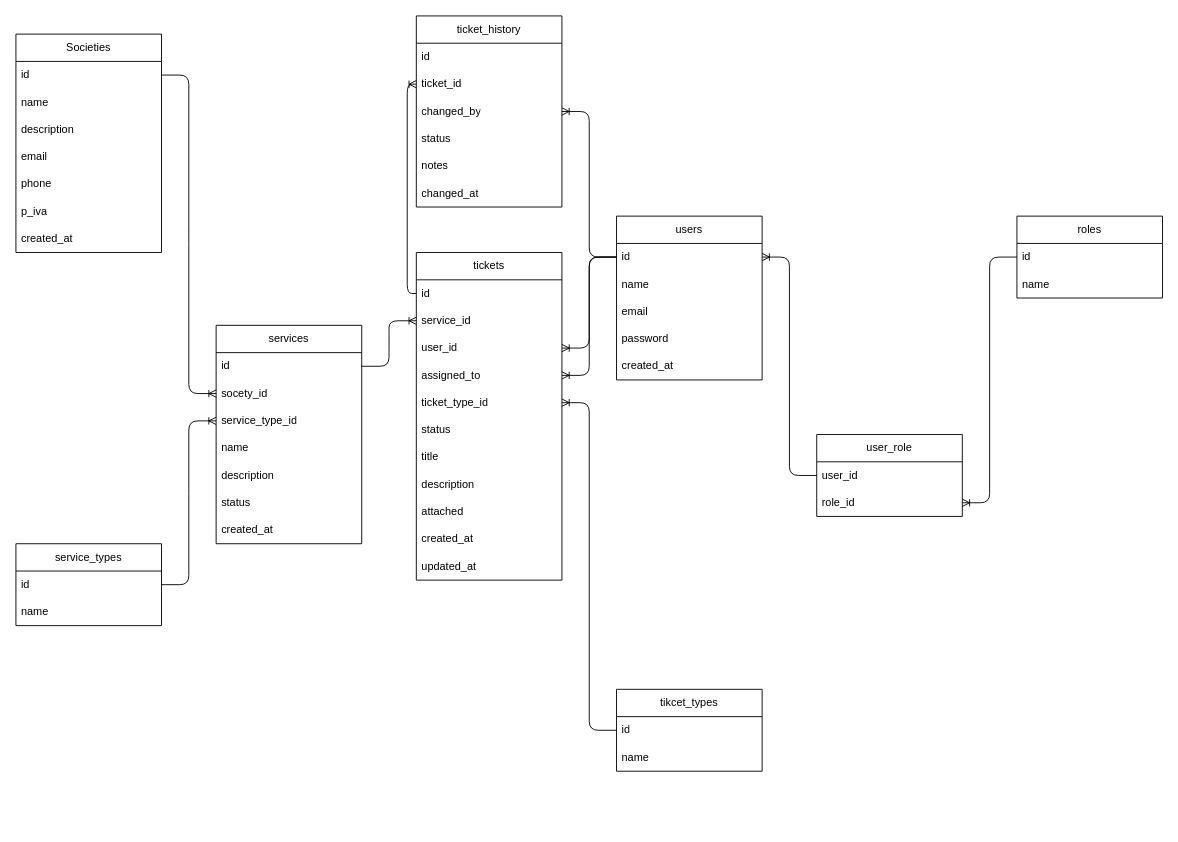
Earlier version of the draw.io diagram src/main/java/org/finalproject/java/fp_spring/Data/er.drawio (leonardopalluzzi/fp_spring). Source tidied: cells renumbered, new cells numbered last; positions are measured from the earlier drawing's top-left corner, leaving out a move shared by most shapes. Both pictures are drawn from the tidied source at 91%, with x=0, y=0 at pixel (15, 15).
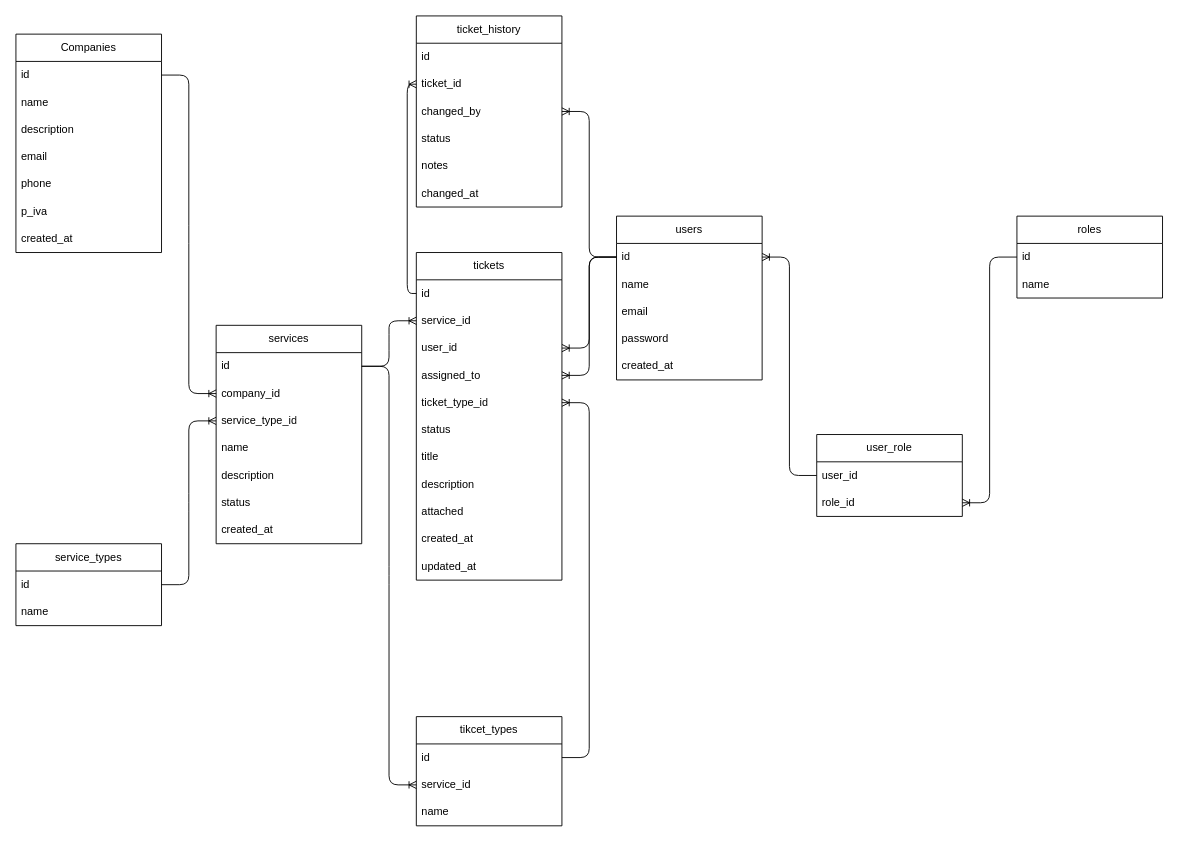
The same diagram, later.

Unchanged cells that the change refers to:
```xml
<mxCell id="19" value="services" style="swimlane;fontStyle=0;horizontal=1;startSize=30;whiteSpace=wrap;html=1;" parent="1" vertex="1">
  <mxGeometry x="220" y="340" width="160" height="240" as="geometry" />
</mxCell>
<mxCell id="20" value="id" style="text;strokeColor=none;fillColor=none;align=left;verticalAlign=middle;spacingLeft=4;spacingRight=4;overflow=hidden;points=[[0,0.5],[1,0.5]];portConstraint=eastwest;whiteSpace=wrap;html=1;" parent="19" vertex="1">
  <mxGeometry y="30" width="160" height="30" as="geometry" />
</mxCell>
<mxCell id="32" value="ticket_type_id" style="text;strokeColor=none;fillColor=none;align=left;verticalAlign=middle;spacingLeft=4;spacingRight=4;overflow=hidden;points=[[0,0.5],[1,0.5]];portConstraint=eastwest;whiteSpace=wrap;html=1;" parent="27" vertex="1">
  <mxGeometry y="150" width="160" height="30" as="geometry" />
</mxCell>
<mxCell id="40" value="id" style="text;strokeColor=none;fillColor=none;align=left;verticalAlign=middle;spacingLeft=4;spacingRight=4;overflow=hidden;points=[[0,0.5],[1,0.5]];portConstraint=eastwest;whiteSpace=wrap;html=1;" parent="39" vertex="1">
  <mxGeometry y="30" width="160" height="30" as="geometry" />
</mxCell>
```

Diff of the diagram source:
```diff
@@
-    <mxCell id="2" value="Societies" style="swimlane;fontStyle=0;horizontal=1;startSize=30;whiteSpace=wrap;html=1;" parent="1" vertex="1">
+    <mxCell id="2" value="Companies" style="swimlane;fontStyle=0;horizontal=1;startSize=30;whiteSpace=wrap;html=1;" parent="1" vertex="1">
       <mxGeometry y="20" width="160" height="240" as="geometry" />
     </mxCell>
@@
-    <mxCell id="21" value="socety_id" style="text;strokeColor=none;fillColor=none;align=left;verticalAlign=middle;spacingLeft=4;spacingRight=4;overflow=hidden;points=[[0,0.5],[1,0.5]];portConstraint=eastwest;whiteSpace=wrap;html=1;" parent="19" vertex="1">
+    <mxCell id="21" value="company_id" style="text;strokeColor=none;fillColor=none;align=left;verticalAlign=middle;spacingLeft=4;spacingRight=4;overflow=hidden;points=[[0,0.5],[1,0.5]];portConstraint=eastwest;whiteSpace=wrap;html=1;" parent="19" vertex="1">
       <mxGeometry y="60" width="160" height="30" as="geometry" />
     </mxCell>
@@
     <mxCell id="39" value="tikcet&lt;span style=&quot;background-color: transparent;&quot;&gt;_types&lt;/span&gt;" style="swimlane;fontStyle=0;horizontal=1;startSize=30;whiteSpace=wrap;html=1;" parent="1" vertex="1">
-      <mxGeometry x="660" y="740" width="160" height="90" as="geometry" />
+      <mxGeometry x="440" y="770" width="160" height="120" as="geometry" />
     </mxCell>
@@
-    <mxCell id="41" value="name" style="text;strokeColor=none;fillColor=none;align=left;verticalAlign=middle;spacingLeft=4;spacingRight=4;overflow=hidden;points=[[0,0.5],[1,0.5]];portConstraint=eastwest;whiteSpace=wrap;html=1;" parent="39" vertex="1">
+    <mxCell id="41" value="service_id" style="text;strokeColor=none;fillColor=none;align=left;verticalAlign=middle;spacingLeft=4;spacingRight=4;overflow=hidden;points=[[0,0.5],[1,0.5]];portConstraint=eastwest;whiteSpace=wrap;html=1;" parent="39" vertex="1">
       <mxGeometry y="60" width="160" height="30" as="geometry" />
     </mxCell>
+    <mxCell id="65" value="name" style="text;strokeColor=none;fillColor=none;align=left;verticalAlign=middle;spacingLeft=4;spacingRight=4;overflow=hidden;whiteSpace=wrap;html=1;" parent="39" vertex="1">
+      <mxGeometry y="90" width="160" height="30" as="geometry" />
+    </mxCell>
@@
-    <mxCell id="47" style="edgeStyle=entityRelationEdgeStyle;fontSize=12;html=1;endArrow=ERoneToMany;exitX=0;exitY=0.5;exitDx=0;exitDy=0;entryX=1;entryY=0.5;entryDx=0;entryDy=0;" parent="1" edge="1" source="40" target="32">
+    <mxCell id="47" style="edgeStyle=entityRelationEdgeStyle;fontSize=12;html=1;endArrow=ERoneToMany;exitX=1;exitY=0.5;exitDx=0;exitDy=0;entryX=1;entryY=0.5;entryDx=0;entryDy=0;" parent="1" edge="1" source="40" target="32">
       <mxGeometry relative="1" as="geometry" />
     </mxCell>
@@
+    <mxCell id="66" style="edgeStyle=entityRelationEdgeStyle;fontSize=12;html=1;endArrow=ERoneToMany;exitX=1;exitY=0.5;exitDx=0;exitDy=0;entryX=0;entryY=0.5;entryDx=0;entryDy=0;" parent="1" edge="1" source="20" target="41">
+      <mxGeometry relative="1" as="geometry" />
+    </mxCell>
```
